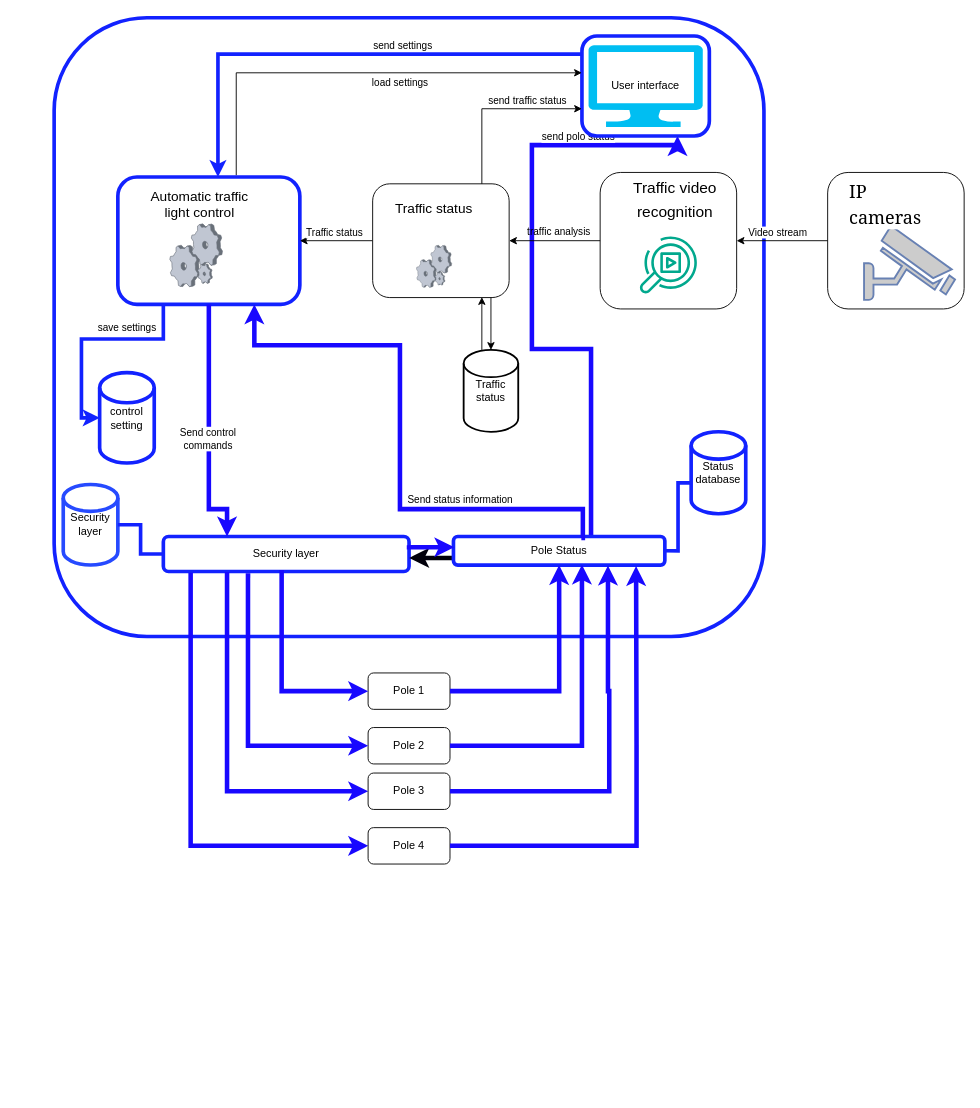
Mrazbb/OAMK_DDD keeps this draw.io diagram as Untitled Diagram.drawio. Above is the earlier version. Source tidied: cells renumbered, new cells numbered last; positions are measured from the earlier drawing's top-left corner, leaving out a move shared by most shapes. Both pictures are drawn from the tidied source at 91%, with x=0, y=0 at pixel (54, 17). Pictures stored in the file or linked from it are replaced by grey dashed boxes.
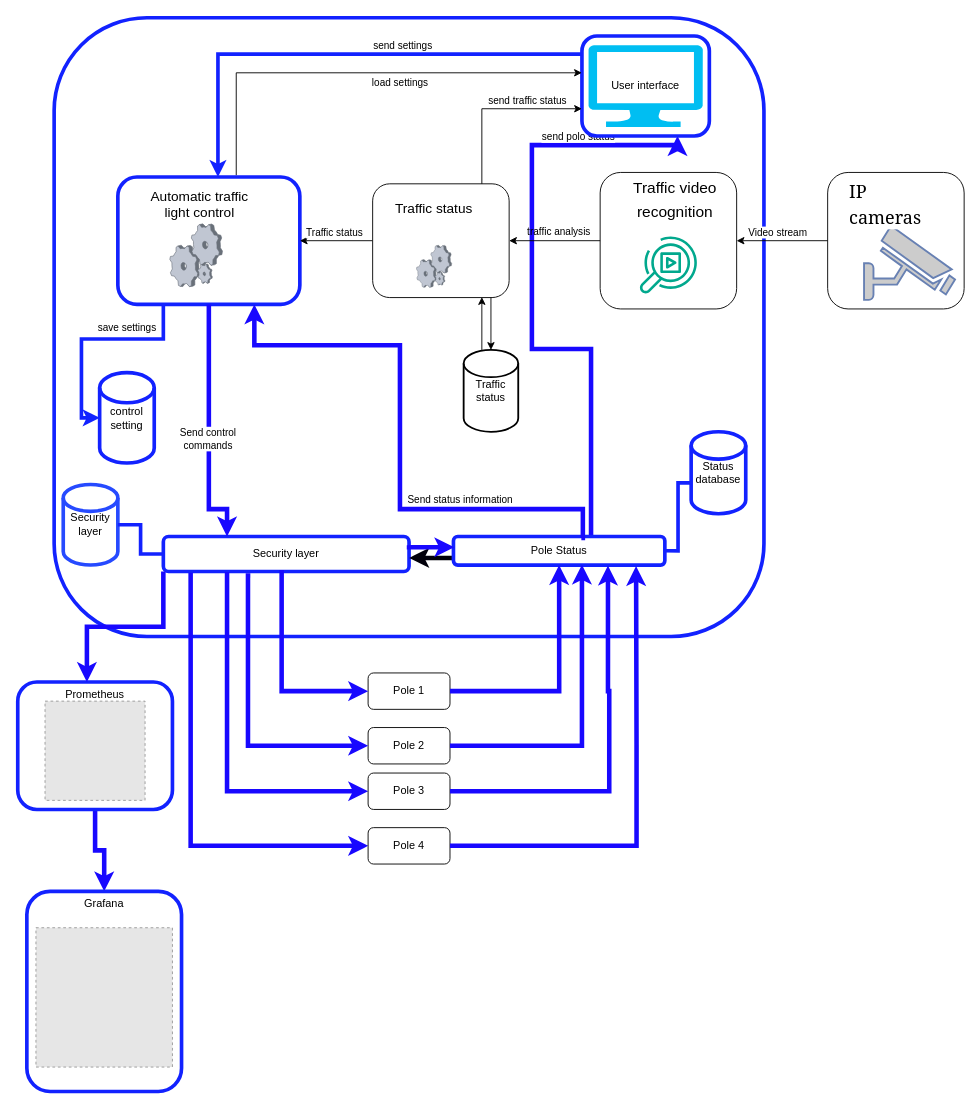
The same page after the edit.

The change refers to these unchanged cells:
```xml
<mxCell id="5" value="Security layer" style="rounded=1;whiteSpace=wrap;html=1;strokeColor=#1222FF;strokeWidth=4;" parent="3" vertex="1">
  <mxGeometry x="120" y="570" width="270" height="38.5" as="geometry" />
</mxCell>
```

Change to the diagram source:
```diff
@@
+    <mxCell id="65" style="edgeStyle=orthogonalEdgeStyle;rounded=0;jettySize=auto;html=1;exitX=0.5;exitY=1;exitDx=0;exitDy=0;strokeColor=#1808FF;strokeWidth=5;align=left;verticalAlign=middle;fontFamily=Helvetica;fontSize=11;fontColor=default;labelBorderColor=none;labelBackgroundColor=default;endArrow=classic;" parent="1" edge="1" source="66" target="68">
+      <mxGeometry relative="1" as="geometry" />
+    </mxCell>
+    <mxCell id="66" value="Prometheus" style="rounded=1;whiteSpace=wrap;html=1;strokeColor=#1222FF;strokeWidth=4;horizontal=1;verticalAlign=top;" parent="1" vertex="1">
+      <mxGeometry x="-40" y="730" width="170" height="140" as="geometry" />
+    </mxCell>
+    <mxCell id="67" style="edgeStyle=orthogonalEdgeStyle;rounded=0;jettySize=auto;html=1;exitX=0;exitY=1;exitDx=0;exitDy=0;entryX=0.447;entryY=0;entryDx=0;entryDy=0;entryPerimeter=0;strokeColor=#1808FF;strokeWidth=5;align=left;verticalAlign=middle;fontFamily=Helvetica;fontSize=11;fontColor=default;labelBorderColor=none;labelBackgroundColor=default;endArrow=classic;" parent="1" edge="1" source="5" target="66">
+      <mxGeometry relative="1" as="geometry" />
+    </mxCell>
+    <mxCell id="68" value="Grafana" style="rounded=1;whiteSpace=wrap;html=1;strokeColor=#1222FF;strokeWidth=4;verticalAlign=top;" parent="1" vertex="1">
+      <mxGeometry x="-30" y="960" width="170" height="220" as="geometry" />
+    </mxCell>
+    <mxCell id="69" style="fillColor=#E6E6E6;strokeColor=#999999;dashed=1;verticalLabelPosition=bottom;labelBackgroundColor=default;verticalAlign=top;" parent="1" vertex="1">
+      <mxGeometry x="-20" y="1000" width="150" height="153.1" as="geometry" />
+    </mxCell>
+    <mxCell id="70" style="fillColor=#E6E6E6;strokeColor=#999999;dashed=1;verticalLabelPosition=bottom;labelBackgroundColor=default;verticalAlign=top;" parent="1" vertex="1">
+      <mxGeometry x="-10" y="751" width="109.9" height="109" as="geometry" />
+    </mxCell>
```
